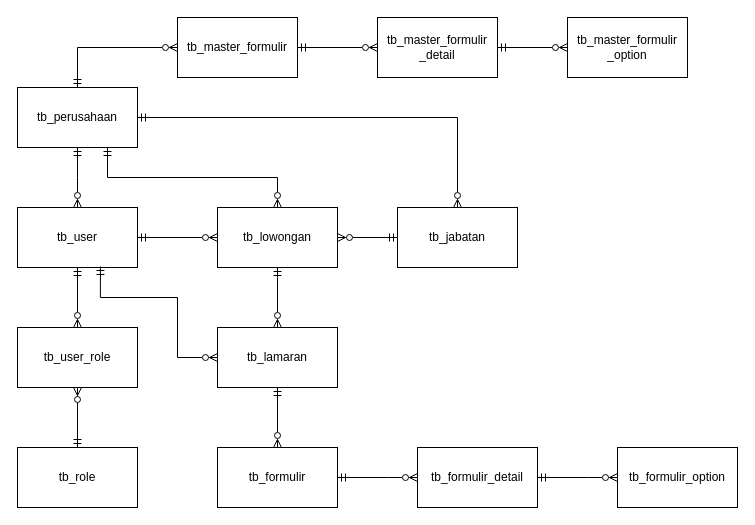
The draw.io diagram page "ERD" (2 of 3) of Rancanngan Basis Data.drawio in keys2505/tugas-akhir, before the edit. Source tidied: cells renumbered, new cells numbered last; positions are measured from the earlier drawing's top-left corner, leaving out a move shared by most shapes. Both pictures are drawn from the tidied source at 100%, with x=0, y=0 at pixel (17, 17).
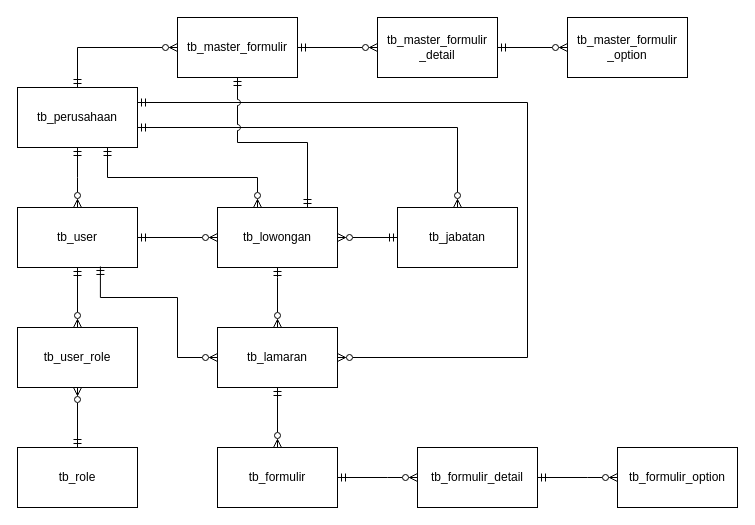
The same page after the edit.

Unchanged cells that the change refers to:
```xml
<mxCell id="6" value="tb_perusahaan" style="rounded=0;whiteSpace=wrap;html=1;" parent="1" vertex="1">
  <mxGeometry y="70" width="120" height="60" as="geometry" />
</mxCell>
<mxCell id="7" value="tb_jabatan" style="rounded=0;whiteSpace=wrap;html=1;" parent="1" vertex="1">
  <mxGeometry x="380" y="190" width="120" height="60" as="geometry" />
</mxCell>
<mxCell id="8" value="tb_master_formulir" style="rounded=0;whiteSpace=wrap;html=1;" parent="1" vertex="1">
  <mxGeometry x="160" width="120" height="60" as="geometry" />
</mxCell>
<mxCell id="12" value="tb_lamaran" style="rounded=0;whiteSpace=wrap;html=1;" parent="1" vertex="1">
  <mxGeometry x="200" y="310" width="120" height="60" as="geometry" />
</mxCell>
<mxCell id="15" value="tb_lowongan" style="rounded=0;whiteSpace=wrap;html=1;" parent="1" vertex="1">
  <mxGeometry x="200" y="190" width="120" height="60" as="geometry" />
</mxCell>
```

The edit, as a diff of the source:
```diff
@@
-    <mxCell id="23" style="edgeStyle=orthogonalEdgeStyle;rounded=0;jettySize=auto;html=1;strokeColor=default;endArrow=ERzeroToMany;endFill=0;startArrow=ERmandOne;startFill=0;exitX=1;exitY=0.5;exitDx=0;exitDy=0;" parent="1" edge="1" source="6" target="7">
+    <mxCell id="23" style="edgeStyle=orthogonalEdgeStyle;rounded=0;jettySize=auto;html=1;strokeColor=default;endArrow=ERzeroToMany;endFill=0;startArrow=ERmandOne;startFill=0;" parent="1" edge="1" target="7">
       <mxGeometry relative="1" as="geometry">
+        <mxPoint x="120" y="110" as="sourcePoint" />
         <Array as="points">
-          <mxPoint x="440" y="100" />
+          <mxPoint x="120" y="110" />
+          <mxPoint x="440" y="110" />
         </Array>
       </mxGeometry>
     </mxCell>
@@
-    <mxCell id="27" style="edgeStyle=orthogonalEdgeStyle;rounded=0;jettySize=auto;html=1;strokeColor=default;endArrow=ERzeroToMany;endFill=0;startArrow=ERmandOne;startFill=0;exitX=0.75;exitY=1;exitDx=0;exitDy=0;entryX=0.5;entryY=0;entryDx=0;entryDy=0;" parent="1" edge="1" source="6" target="15">
-      <mxGeometry relative="1" as="geometry" />
+    <mxCell id="27" style="edgeStyle=orthogonalEdgeStyle;rounded=0;jettySize=auto;html=1;strokeColor=default;endArrow=ERzeroToMany;endFill=0;startArrow=ERmandOne;startFill=0;exitX=0.75;exitY=1;exitDx=0;exitDy=0;" parent="1" edge="1" source="6">
+      <mxGeometry relative="1" as="geometry">
+        <mxPoint x="240" y="190" as="targetPoint" />
+        <Array as="points">
+          <mxPoint x="90" y="160" />
+          <mxPoint x="240" y="160" />
+          <mxPoint x="240" y="190" />
+        </Array>
+      </mxGeometry>
     </mxCell>
@@
+    <mxCell id="30" style="edgeStyle=orthogonalEdgeStyle;rounded=0;jettySize=auto;html=1;strokeColor=default;endArrow=ERzeroToMany;endFill=0;startArrow=ERmandOne;startFill=0;exitX=1;exitY=0.25;exitDx=0;exitDy=0;" parent="1" edge="1" source="6" target="12">
+      <mxGeometry relative="1" as="geometry">
+        <Array as="points">
+          <mxPoint x="510" y="85" />
+          <mxPoint x="510" y="340" />
+        </Array>
+      </mxGeometry>
+    </mxCell>
+    <mxCell id="31" style="edgeStyle=orthogonalEdgeStyle;rounded=0;jettySize=auto;html=1;strokeColor=default;endArrow=ERmandOne;endFill=0;startArrow=ERmandOne;startFill=0;entryX=0.75;entryY=0;entryDx=0;entryDy=0;jumpStyle=arc;" parent="1" edge="1" source="8" target="15">
+      <mxGeometry relative="1" as="geometry" />
+    </mxCell>
```
